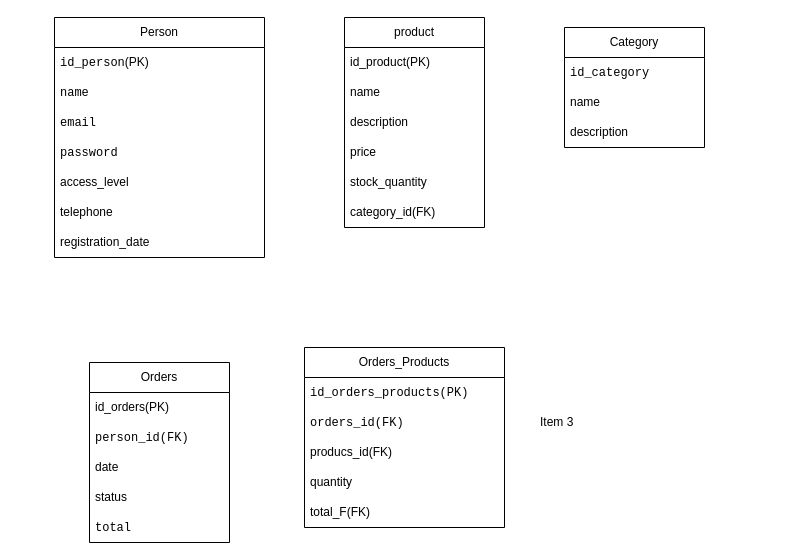
This is Arquitetura/Diagrama sem nome.drawio from Rafael1572008/Trabalho_Igor_tema, a draw.io file, before an edit. Source tidied: cells renumbered, new cells numbered last; positions are measured from the earlier drawing's top-left corner, leaving out a move shared by most shapes. Both pictures are drawn from the tidied source at 100%, with x=0, y=0 at pixel (54, 17).
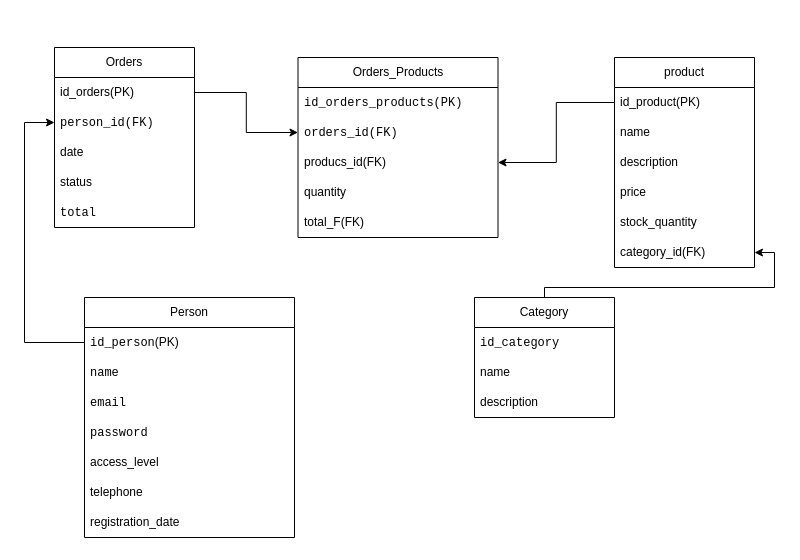
The same page after the edit.

The change refers to these unchanged cells:
```xml
<mxCell id="3" value="&lt;code&gt;id_person&lt;/code&gt;(PK)" style="text;strokeColor=none;fillColor=none;align=left;verticalAlign=middle;spacingLeft=4;spacingRight=4;overflow=hidden;points=[[0,0.5],[1,0.5]];portConstraint=eastwest;whiteSpace=wrap;html=1;" parent="2" vertex="1">
  <mxGeometry y="30" width="210" height="30" as="geometry" />
</mxCell>
<mxCell id="11" value="id_product(PK)" style="text;strokeColor=none;fillColor=none;align=left;verticalAlign=middle;spacingLeft=4;spacingRight=4;overflow=hidden;points=[[0,0.5],[1,0.5]];portConstraint=eastwest;whiteSpace=wrap;html=1;" parent="10" vertex="1">
  <mxGeometry y="30" width="140" height="30" as="geometry" />
</mxCell>
<mxCell id="16" value="category_id(FK)" style="text;strokeColor=none;fillColor=none;align=left;verticalAlign=middle;spacingLeft=4;spacingRight=4;overflow=hidden;points=[[0,0.5],[1,0.5]];portConstraint=eastwest;whiteSpace=wrap;html=1;" parent="10" vertex="1">
  <mxGeometry y="180" width="140" height="30" as="geometry" />
</mxCell>
<mxCell id="22" value="id_orders(PK)" style="text;strokeColor=none;fillColor=none;align=left;verticalAlign=middle;spacingLeft=4;spacingRight=4;overflow=hidden;points=[[0,0.5],[1,0.5]];portConstraint=eastwest;whiteSpace=wrap;html=1;" parent="21" vertex="1">
  <mxGeometry y="30" width="140" height="30" as="geometry" />
</mxCell>
<mxCell id="23" value="&lt;code&gt;person_id(FK)&lt;br&gt;&lt;/code&gt;" style="text;strokeColor=none;fillColor=none;align=left;verticalAlign=middle;spacingLeft=4;spacingRight=4;overflow=hidden;points=[[0,0.5],[1,0.5]];portConstraint=eastwest;whiteSpace=wrap;html=1;" parent="21" vertex="1">
  <mxGeometry y="60" width="140" height="30" as="geometry" />
</mxCell>
<mxCell id="29" value="&lt;code&gt;orders_id(FK)&lt;/code&gt;" style="text;strokeColor=none;fillColor=none;align=left;verticalAlign=middle;spacingLeft=4;spacingRight=4;overflow=hidden;points=[[0,0.5],[1,0.5]];portConstraint=eastwest;whiteSpace=wrap;html=1;" parent="27" vertex="1">
  <mxGeometry y="60" width="200" height="30" as="geometry" />
</mxCell>
<mxCell id="30" value="producs_id(FK)" style="text;strokeColor=none;fillColor=none;align=left;verticalAlign=middle;spacingLeft=4;spacingRight=4;overflow=hidden;points=[[0,0.5],[1,0.5]];portConstraint=eastwest;whiteSpace=wrap;html=1;" parent="27" vertex="1">
  <mxGeometry y="90" width="200" height="30" as="geometry" />
</mxCell>
```

Change to the diagram source:
```diff
@@
     <mxCell id="2" value="Person" style="swimlane;fontStyle=0;horizontal=1;startSize=30;whiteSpace=wrap;html=1;strokeWidth=1;" parent="1" vertex="1">
-      <mxGeometry width="210" height="240" as="geometry" />
+      <mxGeometry x="30" y="280" width="210" height="240" as="geometry" />
     </mxCell>
@@
     <mxCell id="10" value="product" style="swimlane;fontStyle=0;horizontal=1;startSize=30;whiteSpace=wrap;html=1;" parent="1" vertex="1">
-      <mxGeometry x="290" width="140" height="210" as="geometry" />
+      <mxGeometry x="560" y="40" width="140" height="210" as="geometry" />
     </mxCell>
@@
+    <mxCell id="34" style="edgeStyle=orthogonalEdgeStyle;rounded=0;jettySize=auto;html=1;entryX=1;entryY=0.5;entryDx=0;entryDy=0;" parent="1" edge="1" source="17" target="16">
+      <mxGeometry relative="1" as="geometry">
+        <Array as="points">
+          <mxPoint x="490" y="270" />
+          <mxPoint x="720" y="270" />
+          <mxPoint x="720" y="235" />
+        </Array>
+      </mxGeometry>
+    </mxCell>
     <mxCell id="17" value="Category" style="swimlane;fontStyle=0;horizontal=1;startSize=30;whiteSpace=wrap;html=1;" parent="1" vertex="1">
-      <mxGeometry x="510" y="10" width="140" height="120" as="geometry" />
+      <mxGeometry x="420" y="280" width="140" height="120" as="geometry" />
     </mxCell>
@@
     <mxCell id="21" value="Orders" style="swimlane;fontStyle=0;horizontal=1;startSize=30;whiteSpace=wrap;html=1;" parent="1" vertex="1">
-      <mxGeometry x="35" y="345" width="140" height="180" as="geometry" />
+      <mxGeometry y="30" width="140" height="180" as="geometry" />
     </mxCell>
@@
     <mxCell id="27" value="Orders_Products" style="swimlane;fontStyle=0;horizontal=1;startSize=30;whiteSpace=wrap;html=1;" parent="1" vertex="1">
-      <mxGeometry x="250" y="330" width="200" height="180" as="geometry" />
+      <mxGeometry x="243.5" y="40" width="200" height="180" as="geometry" />
     </mxCell>
@@
-    <mxCell id="33" value="Item 3" style="text;strokeColor=none;fillColor=none;align=left;verticalAlign=middle;spacingLeft=4;spacingRight=4;overflow=hidden;whiteSpace=wrap;html=1;" parent="1" vertex="1">
-      <mxGeometry x="480" y="390" width="140" height="30" as="geometry" />
-    </mxCell>
+    <mxCell id="35" style="edgeStyle=orthogonalEdgeStyle;rounded=0;jettySize=auto;html=1;entryX=0;entryY=0.5;entryDx=0;entryDy=0;exitX=0;exitY=0.5;exitDx=0;exitDy=0;" parent="1" edge="1" source="3" target="23">
+      <mxGeometry relative="1" as="geometry">
+        <Array as="points">
+          <mxPoint x="-30" y="325" />
+          <mxPoint x="-30" y="105" />
+        </Array>
+      </mxGeometry>
+    </mxCell>
+    <mxCell id="36" style="edgeStyle=orthogonalEdgeStyle;rounded=0;jettySize=auto;html=1;entryX=0;entryY=0.5;entryDx=0;entryDy=0;" parent="1" edge="1" source="22" target="29">
+      <mxGeometry relative="1" as="geometry" />
+    </mxCell>
+    <mxCell id="37" style="edgeStyle=orthogonalEdgeStyle;rounded=0;jettySize=auto;html=1;entryX=1;entryY=0.5;entryDx=0;entryDy=0;" parent="1" edge="1" source="11" target="30">
+      <mxGeometry relative="1" as="geometry" />
+    </mxCell>
```
